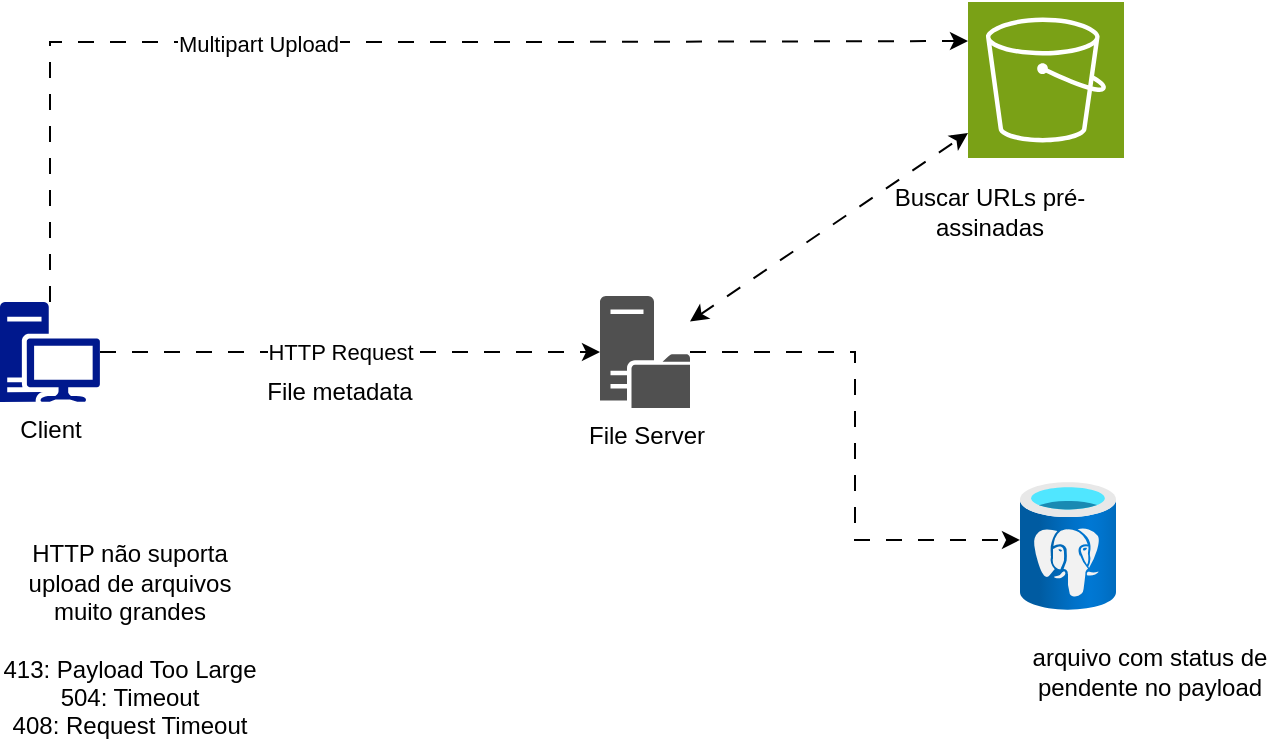
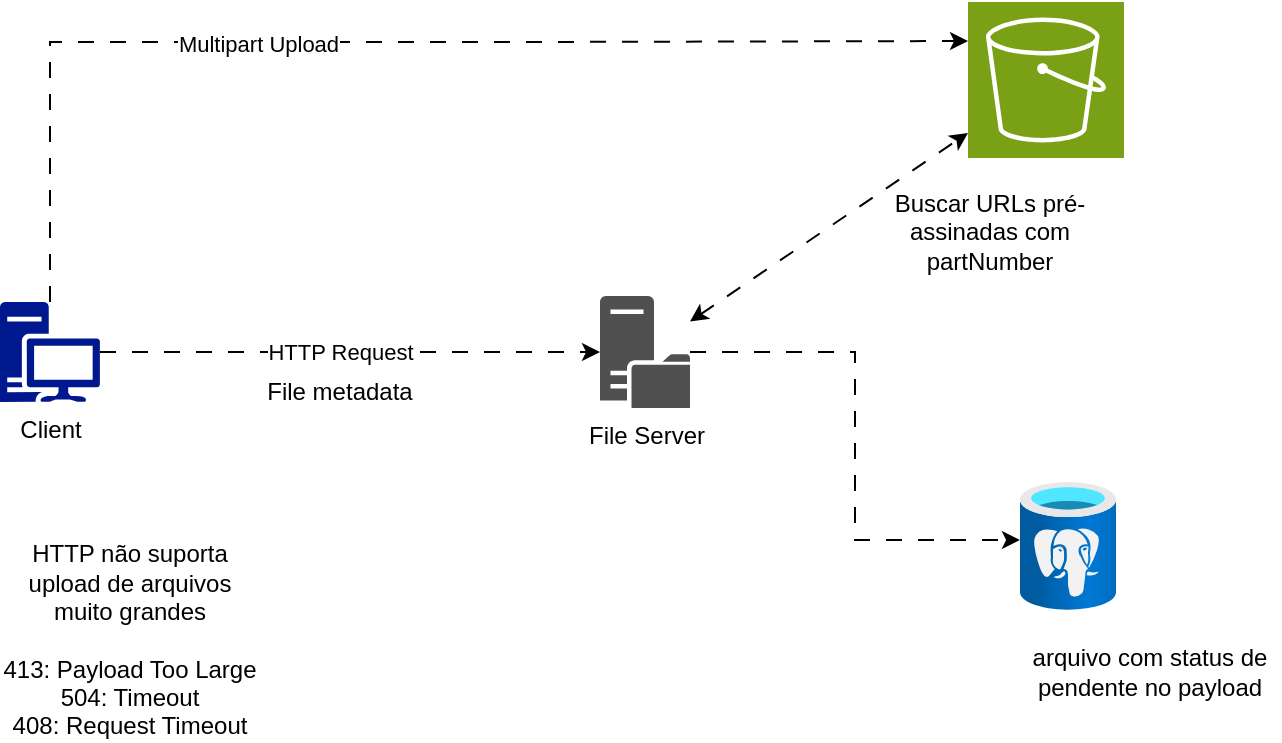
<mxfile host="app.diagrams.net">
  <diagram name="Página-1" id="4D3M8B96T3K3ZtQU1b3x">
    <mxGraphModel dx="1601" dy="1679" grid="1" gridSize="10" guides="1" tooltips="1" connect="1" arrows="1" fold="1" page="1" pageScale="1" pageWidth="827" pageHeight="1169" math="0" shadow="0">
      <root>
        <mxCell id="0" />
        <mxCell id="1" parent="0" />
        <mxCell id="fk9SJw6ftsK7bPstpn4Y-3" edge="1" parent="1" source="fk9SJw6ftsK7bPstpn4Y-1" style="edgeStyle=orthogonalEdgeStyle;rounded=0;orthogonalLoop=1;jettySize=auto;html=1;dashed=1;dashPattern=8 8;" target="fk9SJw6ftsK7bPstpn4Y-2">
          <mxGeometry relative="1" as="geometry" />
        </mxCell>
        <mxCell id="fk9SJw6ftsK7bPstpn4Y-6" connectable="0" parent="fk9SJw6ftsK7bPstpn4Y-3" style="edgeLabel;html=1;align=center;verticalAlign=middle;resizable=0;points=[];" value="HTTP Request" vertex="1">
          <mxGeometry relative="1" x="-0.288" as="geometry">
            <mxPoint x="31" as="offset" />
          </mxGeometry>
        </mxCell>
        <mxCell id="fk9SJw6ftsK7bPstpn4Y-1" parent="1" style="sketch=0;aspect=fixed;pointerEvents=1;shadow=0;dashed=0;html=1;strokeColor=none;labelPosition=center;verticalLabelPosition=bottom;verticalAlign=top;align=center;fillColor=#00188D;shape=mxgraph.mscae.enterprise.workstation_client" value="Client" vertex="1">
          <mxGeometry height="50" width="50" x="-70" y="90" as="geometry" />
        </mxCell>
        <mxCell id="fk9SJw6ftsK7bPstpn4Y-2" parent="1" style="sketch=0;pointerEvents=1;shadow=0;dashed=0;html=1;strokeColor=none;fillColor=#505050;labelPosition=center;verticalLabelPosition=bottom;verticalAlign=top;outlineConnect=0;align=center;shape=mxgraph.office.servers.file_server;" value="File Server" vertex="1">
          <mxGeometry height="56" width="45" x="230" y="87" as="geometry" />
        </mxCell>
        <mxCell id="fk9SJw6ftsK7bPstpn4Y-4" parent="1" style="sketch=0;points=[[0,0,0],[0.25,0,0],[0.5,0,0],[0.75,0,0],[1,0,0],[0,1,0],[0.25,1,0],[0.5,1,0],[0.75,1,0],[1,1,0],[0,0.25,0],[0,0.5,0],[0,0.75,0],[1,0.25,0],[1,0.5,0],[1,0.75,0]];outlineConnect=0;fontColor=#232F3E;fillColor=#7AA116;strokeColor=#ffffff;dashed=0;verticalLabelPosition=bottom;verticalAlign=top;align=center;html=1;fontSize=12;fontStyle=0;aspect=fixed;shape=mxgraph.aws4.resourceIcon;resIcon=mxgraph.aws4.s3;" value="" vertex="1">
          <mxGeometry height="78" width="78" x="414" y="-60" as="geometry" />
        </mxCell>
        <mxCell id="fk9SJw6ftsK7bPstpn4Y-7" parent="1" style="image;aspect=fixed;html=1;points=[];align=center;fontSize=12;image=img/lib/azure2/databases/Azure_Database_PostgreSQL_Server.svg;" value="" vertex="1">
          <mxGeometry height="64" width="48" x="440" y="180" as="geometry" />
        </mxCell>
        <mxCell id="fk9SJw6ftsK7bPstpn4Y-8" edge="1" parent="1" source="fk9SJw6ftsK7bPstpn4Y-2" style="edgeStyle=orthogonalEdgeStyle;rounded=0;orthogonalLoop=1;jettySize=auto;html=1;entryX=0;entryY=0.453;entryDx=0;entryDy=0;entryPerimeter=0;dashed=1;dashPattern=8 8;" target="fk9SJw6ftsK7bPstpn4Y-7">
          <mxGeometry relative="1" as="geometry" />
        </mxCell>
        <mxCell id="fk9SJw6ftsK7bPstpn4Y-13" parent="1" style="text;html=1;whiteSpace=wrap;strokeColor=none;fillColor=none;align=center;verticalAlign=middle;rounded=0;" value="HTTP não suporta upload de arquivos muito grandes&lt;div&gt;&lt;br&gt;&lt;/div&gt;&lt;div&gt;413: Payload Too Large&lt;div&gt;504: Timeout&lt;/div&gt;&lt;div&gt;408: Request Timeout&lt;/div&gt;&lt;/div&gt;" vertex="1">
          <mxGeometry height="30" width="130" x="-70" y="244" as="geometry" />
        </mxCell>
        <mxCell id="h8KboTeERqfswfNuPOU6-1" edge="1" parent="1" source="fk9SJw6ftsK7bPstpn4Y-1" style="edgeStyle=orthogonalEdgeStyle;rounded=0;orthogonalLoop=1;jettySize=auto;html=1;entryX=0;entryY=0.25;entryDx=0;entryDy=0;entryPerimeter=0;dashed=1;dashPattern=8 8;" target="fk9SJw6ftsK7bPstpn4Y-4">
          <mxGeometry relative="1" as="geometry">
            <Array as="points">
              <mxPoint x="-45" y="-40" />
              <mxPoint x="197" y="-40" />
            </Array>
          </mxGeometry>
        </mxCell>
        <mxCell id="h8KboTeERqfswfNuPOU6-2" connectable="0" parent="h8KboTeERqfswfNuPOU6-1" style="edgeLabel;html=1;align=center;verticalAlign=middle;resizable=0;points=[];" value="Multipart Upload" vertex="1">
          <mxGeometry relative="1" x="-0.2054" y="-1" as="geometry">
            <mxPoint as="offset" />
          </mxGeometry>
        </mxCell>
        <mxCell id="h8KboTeERqfswfNuPOU6-3" parent="1" style="text;html=1;whiteSpace=wrap;strokeColor=none;fillColor=none;align=center;verticalAlign=middle;rounded=0;" value="File metadata" vertex="1">
          <mxGeometry height="30" width="80" x="60" y="120" as="geometry" />
        </mxCell>
        <mxCell id="h8KboTeERqfswfNuPOU6-4" parent="1" style="text;html=1;whiteSpace=wrap;strokeColor=none;fillColor=none;align=center;verticalAlign=middle;rounded=0;" value="arquivo com status de pendente no payload" vertex="1">
          <mxGeometry height="30" width="130" x="440" y="260" as="geometry" />
        </mxCell>
-         <mxCell id="h8KboTeERqfswfNuPOU6-5" parent="1" style="text;html=1;whiteSpace=wrap;strokeColor=none;fillColor=none;align=center;verticalAlign=middle;rounded=0;" value="Buscar URLs pré-assinadas" vertex="1">
-           <mxGeometry height="30" width="110" x="370" y="30" as="geometry" />
+         <mxCell id="h8KboTeERqfswfNuPOU6-5" parent="1" style="text;html=1;whiteSpace=wrap;strokeColor=none;fillColor=none;align=center;verticalAlign=middle;rounded=0;" value="Buscar URLs pré-assinadas com partNumber" vertex="1">
+           <mxGeometry height="30" width="110" x="370" y="40" as="geometry" />
        </mxCell>
        <mxCell id="h8KboTeERqfswfNuPOU6-6" edge="1" parent="1" source="fk9SJw6ftsK7bPstpn4Y-2" style="html=1;labelBackgroundColor=#ffffff;startArrow=classic;startFill=1;startSize=6;endArrow=classic;endFill=1;endSize=6;jettySize=auto;orthogonalLoop=1;strokeWidth=1;fontSize=14;rounded=0;dashed=1;dashPattern=8 8;" target="fk9SJw6ftsK7bPstpn4Y-4" value="">
          <mxGeometry height="60" relative="1" width="60" as="geometry">
            <mxPoint x="370" y="60" as="sourcePoint" />
            <mxPoint x="430" as="targetPoint" />
          </mxGeometry>
        </mxCell>
      </root>
    </mxGraphModel>
  </diagram>
</mxfile>
